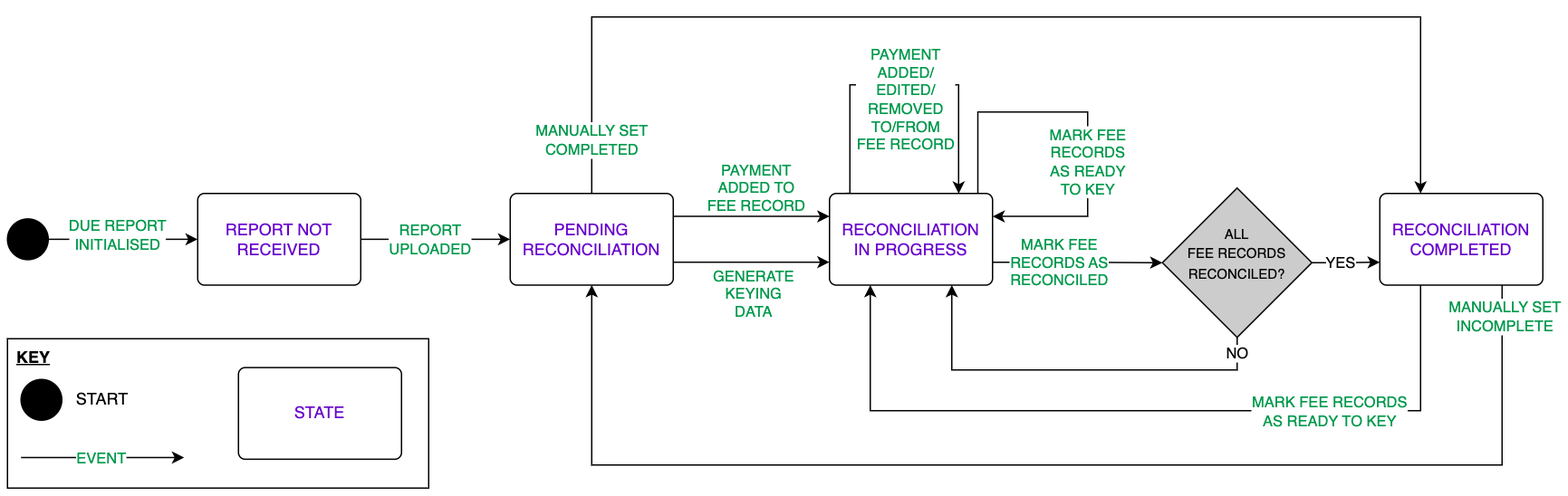
Before: doc/assets/utilisation-report-state-machine.png, a diagram exported from draw.io (UK-Export-Finance/dtfs2). Source tidied: cells renumbered, new cells last; positions are measured from the earlier drawing's top-left corner, leaving out a move shared by most shapes.
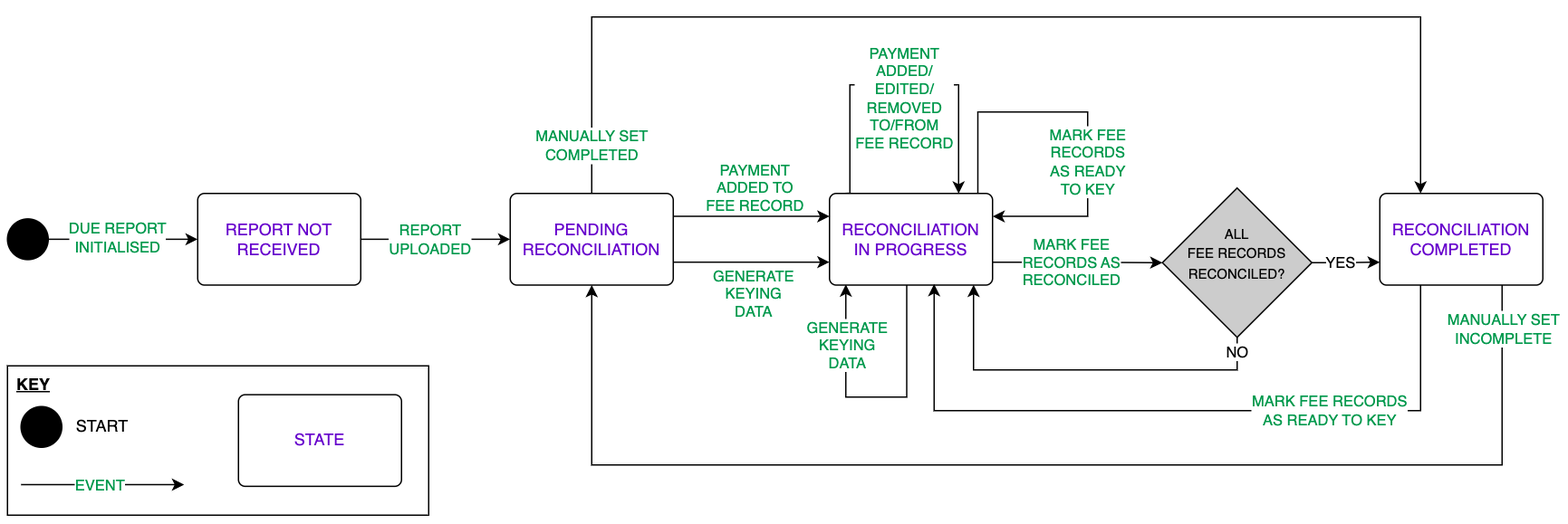
After the commit.

Commit message:
docs(FN-3822): add missing 'generate keying data' transition

What changed in the source:
```diff
@@ -8,10 +8,10 @@
     <mxCell id="3" value="&lt;font color=&quot;#6600cc&quot;&gt;REPORT NOT RECEIVED&lt;/font&gt;" style="html=1;align=center;verticalAlign=middle;rounded=1;absoluteArcSize=1;arcSize=10;dashed=0;whiteSpace=wrap;" parent="1" vertex="1">
       <mxGeometry x="140" y="130" width="120" height="67.5" as="geometry" />
     </mxCell>
-    <mxCell id="4" style="edgeStyle=orthogonalEdgeStyle;rounded=0;jettySize=auto;html=1;exitX=1;exitY=0.75;exitDx=0;exitDy=0;entryX=0;entryY=0.75;entryDx=0;entryDy=0;" parent="1" edge="1" source="6" target="9">
-      <mxGeometry relative="1" as="geometry" />
-    </mxCell>
+    <mxCell id="40" style="edgeStyle=orthogonalEdgeStyle;rounded=0;jettySize=auto;html=1;exitX=1;exitY=0.75;exitDx=0;exitDy=0;entryX=0;entryY=0.75;entryDx=0;entryDy=0;" parent="1" edge="1" source="6" target="9">
+      <mxGeometry relative="1" as="geometry" />
+    </mxCell>
-    <mxCell id="5" value="&lt;font color=&quot;#00994d&quot;&gt;GENERATE&lt;br&gt;KEYING&lt;br&gt;DATA&lt;/font&gt;" style="edgeLabel;html=1;align=center;verticalAlign=middle;" parent="4" vertex="1">
+    <mxCell id="5" value="&lt;font color=&quot;#00994d&quot;&gt;GENERATE&lt;br&gt;KEYING&lt;br&gt;DATA&lt;/font&gt;" style="edgeLabel;html=1;align=center;verticalAlign=middle;" parent="40" vertex="1">
       <mxGeometry x="0.34" y="2" relative="1" as="geometry">
         <mxPoint x="-19" y="25" as="offset" />
       </mxGeometry>
@@ -19,35 +19,50 @@
     <mxCell id="6" value="&lt;font color=&quot;#6600cc&quot;&gt;PENDING RECONCILIATION&lt;/font&gt;" style="html=1;align=center;verticalAlign=middle;rounded=1;absoluteArcSize=1;arcSize=10;dashed=0;whiteSpace=wrap;" parent="1" vertex="1">
       <mxGeometry x="370" y="130" width="120" height="67.5" as="geometry" />
     </mxCell>
-    <mxCell id="7" style="edgeStyle=orthogonalEdgeStyle;rounded=0;orthogonalLoop=1;jettySize=auto;html=1;exitX=0.094;exitY=-0.001;exitDx=0;exitDy=0;entryX=0.791;entryY=0.001;entryDx=0;entryDy=0;entryPerimeter=0;exitPerimeter=0;" parent="1" edge="1" source="9" target="9">
-      <mxGeometry relative="1" as="geometry">
-        <Array as="points">
-          <mxPoint x="620" y="130" />
-          <mxPoint x="620" y="50" />
-          <mxPoint x="700" y="50" />
-          <mxPoint x="700" y="130" />
-        </Array>
-      </mxGeometry>
-    </mxCell>
+    <mxCell id="41" style="edgeStyle=orthogonalEdgeStyle;rounded=0;orthogonalLoop=1;jettySize=auto;html=1;exitX=0.094;exitY=-0.001;exitDx=0;exitDy=0;entryX=0.791;entryY=0.001;entryDx=0;entryDy=0;entryPerimeter=0;exitPerimeter=0;" parent="1" edge="1" source="9" target="9">
+      <mxGeometry relative="1" as="geometry">
+        <Array as="points">
+          <mxPoint x="620" y="130" />
+          <mxPoint x="620" y="50" />
+          <mxPoint x="700" y="50" />
+          <mxPoint x="700" y="130" />
+        </Array>
+      </mxGeometry>
+    </mxCell>
-    <mxCell id="8" value="&lt;font color=&quot;#00994d&quot;&gt;&lt;font style=&quot;border-color: var(--border-color);&quot;&gt;PAYMENT&lt;/font&gt;&lt;br style=&quot;border-color: var(--border-color);&quot;&gt;ADDED/&lt;br style=&quot;border-color: var(--border-color);&quot;&gt;EDITED/&lt;br style=&quot;border-color: var(--border-color);&quot;&gt;REMOVED&lt;br style=&quot;border-color: var(--border-color);&quot;&gt;TO/FROM&lt;br style=&quot;border-color: var(--border-color);&quot;&gt;&lt;span style=&quot;border-color: var(--border-color);&quot;&gt;FEE RECORD&lt;/span&gt;&lt;/font&gt;" style="edgeLabel;html=1;align=center;verticalAlign=middle;" parent="7" vertex="1">
+    <mxCell id="8" value="&lt;font color=&quot;#00994d&quot;&gt;&lt;font style=&quot;border-color: var(--border-color);&quot;&gt;PAYMENT&lt;/font&gt;&lt;br style=&quot;border-color: var(--border-color);&quot;&gt;ADDED/&lt;br style=&quot;border-color: var(--border-color);&quot;&gt;EDITED/&lt;br style=&quot;border-color: var(--border-color);&quot;&gt;REMOVED&lt;br style=&quot;border-color: var(--border-color);&quot;&gt;TO/FROM&lt;br style=&quot;border-color: var(--border-color);&quot;&gt;&lt;span style=&quot;border-color: var(--border-color);&quot;&gt;FEE RECORD&lt;/span&gt;&lt;/font&gt;" style="edgeLabel;html=1;align=center;verticalAlign=middle;" parent="41" vertex="1">
       <mxGeometry x="0.01" relative="1" as="geometry">
         <mxPoint x="1" y="10" as="offset" />
       </mxGeometry>
     </mxCell>
+    <mxCell id="42" style="edgeStyle=orthogonalEdgeStyle;rounded=0;orthogonalLoop=1;jettySize=auto;html=1;exitX=0.474;exitY=0.997;exitDx=0;exitDy=0;entryX=0.107;entryY=0.993;entryDx=0;entryDy=0;exitPerimeter=0;entryPerimeter=0;" parent="1" edge="1" source="9" target="9">
+      <mxGeometry relative="1" as="geometry">
+        <Array as="points">
+          <mxPoint x="662" y="280" />
+          <mxPoint x="617" y="280" />
+          <mxPoint x="617" y="197" />
+        </Array>
+      </mxGeometry>
+    </mxCell>
+    <mxCell id="43" value="&lt;font color=&quot;#00994d&quot;&gt;GENERATE&lt;br style=&quot;border-color: var(--border-color);&quot;&gt;KEYING&lt;br style=&quot;border-color: var(--border-color);&quot;&gt;DATA&lt;/font&gt;" style="edgeLabel;html=1;align=center;verticalAlign=middle;" parent="42" vertex="1">
+      <mxGeometry x="-0.05" y="1" relative="1" as="geometry">
+        <mxPoint x="-26" y="-39" as="offset" />
+      </mxGeometry>
+    </mxCell>
     <mxCell id="9" value="&lt;font color=&quot;#6600cc&quot;&gt;RECONCILIATION &lt;br&gt;IN PROGRESS&lt;/font&gt;" style="html=1;align=center;verticalAlign=middle;rounded=1;absoluteArcSize=1;arcSize=10;dashed=0;whiteSpace=wrap;" parent="1" vertex="1">
       <mxGeometry x="605" y="130" width="120" height="67.5" as="geometry" />
     </mxCell>
-    <mxCell id="10" style="edgeStyle=orthogonalEdgeStyle;rounded=0;jettySize=auto;html=1;exitX=0.25;exitY=1;exitDx=0;exitDy=0;entryX=0.25;entryY=1;entryDx=0;entryDy=0;" parent="1" edge="1" source="12" target="9">
+    <mxCell id="10" style="edgeStyle=orthogonalEdgeStyle;rounded=0;jettySize=auto;html=1;exitX=0.25;exitY=1;exitDx=0;exitDy=0;entryX=0.638;entryY=0.988;entryDx=0;entryDy=0;entryPerimeter=0;" parent="1" edge="1" source="12" target="9">
       <mxGeometry relative="1" as="geometry">
         <Array as="points">
           <mxPoint x="1040" y="290" />
-          <mxPoint x="635" y="290" />
+          <mxPoint x="682" y="290" />
+          <mxPoint x="682" y="197" />
         </Array>
       </mxGeometry>
     </mxCell>
     <mxCell id="11" value="&lt;font color=&quot;#00994d&quot;&gt;MARK FEE RECORDS&lt;br&gt;AS READY TO KEY&lt;/font&gt;" style="edgeLabel;html=1;align=center;verticalAlign=middle;" parent="10" vertex="1">
       <mxGeometry x="-0.49" y="-1" relative="1" as="geometry">
-        <mxPoint x="-11" y="1" as="offset" />
+        <mxPoint x="-22" y="1" as="offset" />
       </mxGeometry>
     </mxCell>
     <mxCell id="12" value="&lt;font color=&quot;#6600cc&quot;&gt;RECONCILIATION COMPLETED&lt;/font&gt;" style="html=1;align=center;verticalAlign=middle;rounded=1;absoluteArcSize=1;arcSize=10;dashed=0;whiteSpace=wrap;" parent="1" vertex="1">
@@ -57,7 +72,9 @@
       <mxGeometry relative="1" as="geometry" />
     </mxCell>
     <mxCell id="14" value="&lt;font color=&quot;#00994d&quot;&gt;DUE REPORT&lt;br&gt;INITIALISED&lt;/font&gt;" style="edgeLabel;html=1;align=center;verticalAlign=middle;" parent="13" vertex="1">
-      <mxGeometry x="-0.08" y="3" relative="1" as="geometry" />
+      <mxGeometry x="-0.08" y="3" relative="1" as="geometry">
+        <mxPoint y="2" as="offset" />
+      </mxGeometry>
     </mxCell>
     <mxCell id="15" style="endArrow=classic;html=1;rounded=0;exitX=1;exitY=0.5;exitDx=0;exitDy=0;entryX=0;entryY=0.5;entryDx=0;entryDy=0;edgeStyle=orthogonalEdgeStyle;" parent="1" edge="1" source="3" target="6">
       <mxGeometry relative="1" as="geometry" />
@@ -68,15 +85,15 @@
     <mxCell id="17" value="&lt;font style=&quot;font-size: 10px;&quot;&gt;ALL&lt;br style=&quot;border-color: var(--border-color);&quot;&gt;FEE RECORDS&lt;br style=&quot;border-color: var(--border-color);&quot;&gt;RECONCILED?&lt;br&gt;&lt;br&gt;&lt;/font&gt;" style="rhombus;whiteSpace=wrap;html=1;labelBackgroundColor=none;fillColor=#CCCCCC;fontColor=default;" parent="1" vertex="1">
       <mxGeometry x="850" y="126" width="110" height="110" as="geometry" />
     </mxCell>
-    <mxCell id="18" style="endArrow=classic;html=1;rounded=0;exitX=1;exitY=0.25;exitDx=0;exitDy=0;entryX=0;entryY=0.25;entryDx=0;entryDy=0;edgeStyle=orthogonalEdgeStyle;" parent="1" edge="1" source="6" target="9">
-      <mxGeometry relative="1" as="geometry">
-        <Array as="points">
-          <mxPoint x="560" y="147" />
-          <mxPoint x="560" y="147" />
-        </Array>
-      </mxGeometry>
-    </mxCell>
+    <mxCell id="44" style="endArrow=classic;html=1;rounded=0;exitX=1;exitY=0.25;exitDx=0;exitDy=0;entryX=0;entryY=0.25;entryDx=0;entryDy=0;edgeStyle=orthogonalEdgeStyle;" parent="1" edge="1" source="6" target="9">
+      <mxGeometry relative="1" as="geometry">
+        <Array as="points">
+          <mxPoint x="560" y="147" />
+          <mxPoint x="560" y="147" />
+        </Array>
+      </mxGeometry>
+    </mxCell>
-    <mxCell id="19" value="&lt;font color=&quot;#00994d&quot;&gt;PAYMENT&lt;br&gt;ADDED TO&lt;br&gt;FEE RECORD&lt;/font&gt;" style="edgeLabel;html=1;align=center;verticalAlign=middle;" parent="18" vertex="1">
+    <mxCell id="19" value="&lt;font color=&quot;#00994d&quot;&gt;PAYMENT&lt;br&gt;ADDED TO&lt;br&gt;FEE RECORD&lt;/font&gt;" style="edgeLabel;html=1;align=center;verticalAlign=middle;" parent="44" vertex="1">
       <mxGeometry x="-0.08" relative="1" as="geometry">
         <mxPoint x="7" y="-21" as="offset" />
       </mxGeometry>
@@ -89,11 +106,12 @@
         <mxPoint x="1" y="-2" as="offset" />
       </mxGeometry>
     </mxCell>
-    <mxCell id="22" style="endArrow=classic;html=1;rounded=0;exitX=0.5;exitY=1;exitDx=0;exitDy=0;entryX=0.75;entryY=1;entryDx=0;entryDy=0;edgeStyle=orthogonalEdgeStyle;" parent="1" edge="1" source="17" target="9">
+    <mxCell id="22" style="endArrow=classic;html=1;rounded=0;exitX=0.5;exitY=1;exitDx=0;exitDy=0;entryX=0.887;entryY=0.997;entryDx=0;entryDy=0;edgeStyle=orthogonalEdgeStyle;entryPerimeter=0;" parent="1" edge="1" source="17" target="9">
       <mxGeometry relative="1" as="geometry">
         <Array as="points">
           <mxPoint x="905" y="260" />
-          <mxPoint x="695" y="260" />
+          <mxPoint x="711" y="260" />
+          <mxPoint x="711" y="197" />
         </Array>
       </mxGeometry>
     </mxCell>
@@ -112,7 +130,7 @@
     </mxCell>
     <mxCell id="25" value="&lt;font color=&quot;#00994d&quot;&gt;MANUALLY SET&lt;br&gt;COMPLETED&lt;/font&gt;" style="edgeLabel;html=1;align=center;verticalAlign=middle;" parent="24" vertex="1">
       <mxGeometry x="0.89" y="1" relative="1" as="geometry">
-        <mxPoint x="-611" y="7" as="offset" />
+        <mxPoint x="-611" y="10" as="offset" />
       </mxGeometry>
     </mxCell>
     <mxCell id="26" style="endArrow=classic;html=1;rounded=0;exitX=1;exitY=0.75;exitDx=0;exitDy=0;entryX=0;entryY=0.5;entryDx=0;entryDy=0;edgeStyle=orthogonalEdgeStyle;" parent="1" edge="1" source="9" target="17">
@@ -120,7 +138,7 @@
     </mxCell>
     <mxCell id="27" value="&lt;font color=&quot;#00994d&quot;&gt;MARK FEE&lt;br style=&quot;border-color: var(--border-color);&quot;&gt;RECORDS AS&lt;br style=&quot;border-color: var(--border-color);&quot;&gt;RECONCILED&lt;/font&gt;" style="edgeLabel;html=1;align=center;verticalAlign=middle;" parent="26" vertex="1">
       <mxGeometry x="-0.36" relative="1" as="geometry">
-        <mxPoint x="9" as="offset" />
+        <mxPoint x="18" as="offset" />
       </mxGeometry>
     </mxCell>
     <mxCell id="28" style="endArrow=classic;html=1;rounded=0;exitX=0.75;exitY=1;exitDx=0;exitDy=0;entryX=0.5;entryY=1;entryDx=0;entryDy=0;edgeStyle=orthogonalEdgeStyle;" parent="1" edge="1" source="12" target="6">
@@ -133,30 +151,30 @@
     </mxCell>
     <mxCell id="29" value="&lt;font color=&quot;#00994d&quot;&gt;MANUALLY SET&lt;br&gt;INCOMPLETE&lt;/font&gt;" style="edgeLabel;html=1;align=center;verticalAlign=middle;" parent="28" vertex="1">
       <mxGeometry x="-0.83" y="2" relative="1" as="geometry">
-        <mxPoint x="-1" y="-55" as="offset" />
+        <mxPoint x="-1" y="-45" as="offset" />
       </mxGeometry>
     </mxCell>
-    <mxCell id="30" style="edgeStyle=orthogonalEdgeStyle;rounded=0;orthogonalLoop=1;jettySize=auto;html=1;exitX=0.91;exitY=0;exitDx=0;exitDy=0;entryX=1;entryY=0.25;entryDx=0;entryDy=0;exitPerimeter=0;" parent="1" edge="1" source="9" target="9">
-      <mxGeometry relative="1" as="geometry">
-        <Array as="points">
-          <mxPoint x="714" y="70" />
-          <mxPoint x="795" y="70" />
-          <mxPoint x="795" y="147" />
-        </Array>
-      </mxGeometry>
-    </mxCell>
+    <mxCell id="45" style="edgeStyle=orthogonalEdgeStyle;rounded=0;orthogonalLoop=1;jettySize=auto;html=1;exitX=0.91;exitY=0;exitDx=0;exitDy=0;entryX=1;entryY=0.25;entryDx=0;entryDy=0;exitPerimeter=0;" parent="1" edge="1" source="9" target="9">
+      <mxGeometry relative="1" as="geometry">
+        <Array as="points">
+          <mxPoint x="714" y="70" />
+          <mxPoint x="795" y="70" />
+          <mxPoint x="795" y="147" />
+        </Array>
+      </mxGeometry>
+    </mxCell>
-    <mxCell id="31" value="&lt;font color=&quot;#00994d&quot;&gt;MARK FEE&lt;br style=&quot;border-color: var(--border-color);&quot;&gt;RECORDS&lt;br style=&quot;border-color: var(--border-color);&quot;&gt;AS READY&lt;br style=&quot;border-color: var(--border-color);&quot;&gt;TO KEY&lt;/font&gt;" style="edgeLabel;html=1;align=center;verticalAlign=middle;" parent="30" vertex="1">
+    <mxCell id="31" value="&lt;font color=&quot;#00994d&quot;&gt;MARK FEE&lt;br style=&quot;border-color: var(--border-color);&quot;&gt;RECORDS&lt;br style=&quot;border-color: var(--border-color);&quot;&gt;AS READY&lt;br style=&quot;border-color: var(--border-color);&quot;&gt;TO KEY&lt;/font&gt;" style="edgeLabel;html=1;align=center;verticalAlign=middle;" parent="45" vertex="1">
       <mxGeometry x="0.24" y="1" relative="1" as="geometry">
         <mxPoint x="-1" y="-2" as="offset" />
       </mxGeometry>
     </mxCell>
-    <mxCell id="32" style="group;" parent="1" vertex="1">
-      <mxGeometry y="237" width="310" height="110" as="geometry" />
-    </mxCell>
+    <mxCell id="46" style="group;" parent="1" vertex="1">
+      <mxGeometry y="257" width="310" height="110" as="geometry" />
+    </mxCell>
-    <mxCell id="33" value="KEY" style="rounded=0;whiteSpace=wrap;html=1;align=left;verticalAlign=top;spacingLeft=5;fontStyle=5;" parent="32" vertex="1">
+    <mxCell id="33" value="KEY" style="rounded=0;whiteSpace=wrap;html=1;align=left;verticalAlign=top;spacingLeft=5;fontStyle=5;" parent="46" vertex="1">
       <mxGeometry width="310" height="110" as="geometry" />
     </mxCell>
-    <mxCell id="34" style="group;" parent="32" vertex="1">
+    <mxCell id="34" style="group;" parent="46" vertex="1">
       <mxGeometry x="10" y="30" width="85" height="30" as="geometry" />
     </mxCell>
     <mxCell id="35" style="ellipse;fillColor=strokeColor;html=1;" parent="34" vertex="1">
@@ -165,16 +183,16 @@
     <mxCell id="36" value="START" style="text;html=1;strokeColor=none;fillColor=none;align=center;verticalAlign=middle;whiteSpace=wrap;rounded=0;" parent="34" vertex="1">
       <mxGeometry x="35" width="50" height="30" as="geometry" />
     </mxCell>
-    <mxCell id="37" value="&lt;font color=&quot;#6600cc&quot;&gt;STATE&lt;/font&gt;" style="html=1;align=center;verticalAlign=middle;rounded=1;absoluteArcSize=1;arcSize=10;dashed=0;whiteSpace=wrap;" parent="32" vertex="1">
+    <mxCell id="37" value="&lt;font color=&quot;#6600cc&quot;&gt;STATE&lt;/font&gt;" style="html=1;align=center;verticalAlign=middle;rounded=1;absoluteArcSize=1;arcSize=10;dashed=0;whiteSpace=wrap;" parent="46" vertex="1">
       <mxGeometry x="170" y="21.2" width="120" height="67.5" as="geometry" />
     </mxCell>
-    <mxCell id="38" style="endArrow=classic;html=1;rounded=0;exitX=1;exitY=0.5;exitDx=0;exitDy=0;edgeStyle=orthogonalEdgeStyle;" parent="32" edge="1">
-      <mxGeometry relative="1" as="geometry">
-        <mxPoint x="10" y="87.5" as="sourcePoint" />
-        <mxPoint x="130" y="87.5" as="targetPoint" />
-      </mxGeometry>
-    </mxCell>
+    <mxCell id="47" style="endArrow=classic;html=1;rounded=0;exitX=1;exitY=0.5;exitDx=0;exitDy=0;edgeStyle=orthogonalEdgeStyle;" parent="46" edge="1">
+      <mxGeometry relative="1" as="geometry">
+        <mxPoint x="10" y="87.5" as="sourcePoint" />
+        <mxPoint x="130" y="87.5" as="targetPoint" />
+      </mxGeometry>
+    </mxCell>
-    <mxCell id="39" value="&lt;font color=&quot;#00994d&quot;&gt;EVENT&lt;/font&gt;" style="edgeLabel;html=1;align=center;verticalAlign=middle;" parent="38" vertex="1">
+    <mxCell id="39" value="&lt;font color=&quot;#00994d&quot;&gt;EVENT&lt;/font&gt;" style="edgeLabel;html=1;align=center;verticalAlign=middle;" parent="47" vertex="1">
       <mxGeometry x="-0.08" y="3" relative="1" as="geometry">
         <mxPoint x="3" y="3" as="offset" />
       </mxGeometry>
```
